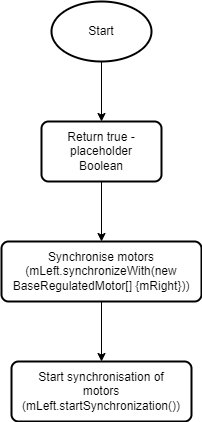
Earlier version of the draw.io export Final submission/Behaviour control flow/WalkaboutControlFlow.png (XLmT09/Bunny-Robot). Source tidied: cells renumbered, new cells last; positions are measured from the earlier drawing's top-left corner, leaving out a move shared by most shapes.
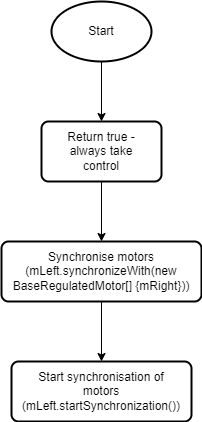
After the change.

The edit, as a diff of the source:
```diff
@@ -20,7 +20,7 @@
     <mxCell id="7" style="rounded=1;whiteSpace=wrap;html=1;absoluteArcSize=1;arcSize=14;strokeWidth=2;hachureGap=4;" parent="6" vertex="1">
       <mxGeometry width="120" height="60" as="geometry" />
     </mxCell>
-    <mxCell id="8" value="Return true - placeholder Boolean" style="text;html=1;strokeColor=none;fillColor=none;align=center;verticalAlign=middle;whiteSpace=wrap;rounded=0;hachureGap=4;" parent="6" vertex="1">
+    <mxCell id="8" value="Return true - always take control" style="text;html=1;strokeColor=none;fillColor=none;align=center;verticalAlign=middle;whiteSpace=wrap;rounded=0;hachureGap=4;" parent="6" vertex="1">
       <mxGeometry x="25" y="15" width="70" height="30" as="geometry" />
     </mxCell>
     <mxCell id="9" style="endArrow=classic;html=1;rounded=0;sourcePerimeterSpacing=8;targetPerimeterSpacing=8;curved=1;entryX=0.5;entryY=0;entryDx=0;entryDy=0;exitX=0.5;exitY=1;exitDx=0;exitDy=0;exitPerimeter=0;" parent="1" edge="1" source="3" target="7">
```
